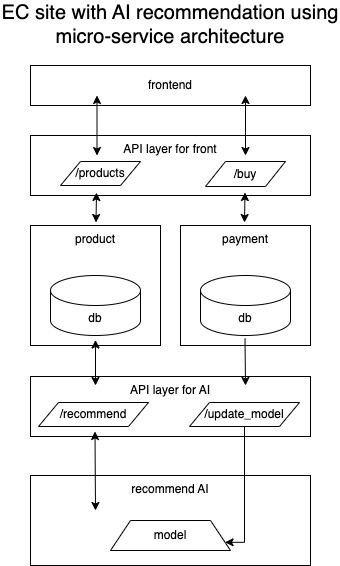
yuanfanwang/MicroserviceEC keeps this draw.io diagram as img/architecture.png. Above is the earlier version. Source tidied: cells renumbered, new cells last; positions are measured from the earlier drawing's top-left corner, leaving out a move shared by most shapes. Source of this version:
```xml
<mxGraphModel>
  <root>
    <mxCell id="0" />
    <mxCell id="1" parent="0" />
    <mxCell id="2" value="frontend" style="rounded=0;whiteSpace=wrap;html=1;" parent="1" vertex="1">
      <mxGeometry x="30" y="56" width="280" height="40" as="geometry" />
    </mxCell>
    <mxCell id="3" value="API layer for front" style="rounded=0;whiteSpace=wrap;html=1;verticalAlign=top;" parent="1" vertex="1">
      <mxGeometry x="30" y="126" width="280" height="60" as="geometry" />
    </mxCell>
    <mxCell id="4" value="product" style="rounded=0;whiteSpace=wrap;html=1;verticalAlign=top;" parent="1" vertex="1">
      <mxGeometry x="30" y="216" width="130" height="120" as="geometry" />
    </mxCell>
    <mxCell id="5" value="payment" style="rounded=0;whiteSpace=wrap;html=1;verticalAlign=top;" parent="1" vertex="1">
      <mxGeometry x="180" y="216" width="130" height="120" as="geometry" />
    </mxCell>
    <mxCell id="6" value="EC site with AI recommendation using micro-service architecture" style="text;html=1;align=center;verticalAlign=middle;whiteSpace=wrap;rounded=0;fontSize=20;" parent="1" vertex="1">
      <mxGeometry width="340" height="30" as="geometry" />
    </mxCell>
    <mxCell id="7" value="db" style="shape=cylinder3;whiteSpace=wrap;html=1;boundedLbl=1;backgroundOutline=1;size=15;" parent="1" vertex="1">
      <mxGeometry x="50" y="266" width="90" height="60" as="geometry" />
    </mxCell>
    <mxCell id="8" value="db" style="shape=cylinder3;whiteSpace=wrap;html=1;boundedLbl=1;backgroundOutline=1;size=15;" parent="1" vertex="1">
      <mxGeometry x="200" y="266" width="90" height="60" as="geometry" />
    </mxCell>
    <mxCell id="9" value="/buy" style="shape=parallelogram;perimeter=parallelogramPerimeter;whiteSpace=wrap;html=1;fixedSize=1;" parent="1" vertex="1">
      <mxGeometry x="205" y="152" width="80" height="25" as="geometry" />
    </mxCell>
    <mxCell id="10" value="/products" style="shape=parallelogram;perimeter=parallelogramPerimeter;whiteSpace=wrap;html=1;fixedSize=1;" parent="1" vertex="1">
      <mxGeometry x="60" y="152" width="80" height="24" as="geometry" />
    </mxCell>
    <mxCell id="11" style="endArrow=classic;startArrow=classic;html=1;rounded=0;" parent="1" edge="1">
      <mxGeometry relative="1" as="geometry">
        <mxPoint x="95.5" y="213" as="sourcePoint" />
        <mxPoint x="96" y="183" as="targetPoint" />
      </mxGeometry>
    </mxCell>
    <mxCell id="12" style="endArrow=classic;startArrow=classic;html=1;rounded=0;" parent="1" edge="1">
      <mxGeometry relative="1" as="geometry">
        <mxPoint x="96.5" y="146" as="sourcePoint" />
        <mxPoint x="96.5" y="86" as="targetPoint" />
      </mxGeometry>
    </mxCell>
    <mxCell id="13" style="endArrow=classic;startArrow=classic;html=1;rounded=0;" parent="1" edge="1">
      <mxGeometry relative="1" as="geometry">
        <mxPoint x="244" y="213" as="sourcePoint" />
        <mxPoint x="244.5" y="183" as="targetPoint" />
      </mxGeometry>
    </mxCell>
    <mxCell id="14" style="endArrow=classic;startArrow=classic;html=1;rounded=0;" parent="1" edge="1">
      <mxGeometry relative="1" as="geometry">
        <mxPoint x="245" y="146" as="sourcePoint" />
        <mxPoint x="245" y="86" as="targetPoint" />
      </mxGeometry>
    </mxCell>
    <mxCell id="15" value="recommend AI" style="rounded=0;whiteSpace=wrap;html=1;verticalAlign=top;" parent="1" vertex="1">
      <mxGeometry x="30" y="466" width="280" height="90" as="geometry" />
    </mxCell>
    <mxCell id="16" value="model" style="shape=trapezoid;perimeter=trapezoidPerimeter;whiteSpace=wrap;html=1;fixedSize=1;" parent="1" vertex="1">
      <mxGeometry x="110" y="511" width="120" height="30" as="geometry" />
    </mxCell>
    <mxCell id="17" value="API layer for AI" style="rounded=0;whiteSpace=wrap;html=1;verticalAlign=top;" parent="1" vertex="1">
      <mxGeometry x="30" y="367" width="280" height="60" as="geometry" />
    </mxCell>
    <mxCell id="18" value="/recommend" style="shape=parallelogram;perimeter=parallelogramPerimeter;whiteSpace=wrap;html=1;fixedSize=1;" parent="1" vertex="1">
      <mxGeometry x="38" y="393" width="110" height="24" as="geometry" />
    </mxCell>
    <mxCell id="19" style="edgeStyle=orthogonalEdgeStyle;rounded=0;jettySize=auto;html=1;exitX=0.5;exitY=1;exitDx=0;exitDy=0;entryX=1;entryY=0.75;entryDx=0;entryDy=0;" parent="1" edge="1" source="20" target="16">
      <mxGeometry relative="1" as="geometry">
        <Array as="points">
          <mxPoint x="244" y="533" />
        </Array>
      </mxGeometry>
    </mxCell>
    <mxCell id="20" value="/update_model" style="shape=parallelogram;perimeter=parallelogramPerimeter;whiteSpace=wrap;html=1;fixedSize=1;" parent="1" vertex="1">
      <mxGeometry x="189" y="393" width="110" height="24" as="geometry" />
    </mxCell>
    <mxCell id="21" style="endArrow=classic;startArrow=classic;html=1;rounded=0;" parent="1" edge="1">
      <mxGeometry relative="1" as="geometry">
        <mxPoint x="95" y="501" as="sourcePoint" />
        <mxPoint x="94.5" y="422" as="targetPoint" />
      </mxGeometry>
    </mxCell>
    <mxCell id="22" style="endArrow=classic;startArrow=classic;html=1;rounded=0;" parent="1" edge="1">
      <mxGeometry relative="1" as="geometry">
        <mxPoint x="95" y="376" as="sourcePoint" />
        <mxPoint x="95" y="330.5" as="targetPoint" />
      </mxGeometry>
    </mxCell>
    <mxCell id="23" style="endArrow=classic;html=1;rounded=0;" parent="1" edge="1">
      <mxGeometry relative="1" as="geometry">
        <mxPoint x="244.5" y="329" as="sourcePoint" />
        <mxPoint x="245" y="376" as="targetPoint" />
      </mxGeometry>
    </mxCell>
  </root>
</mxGraphModel>
```
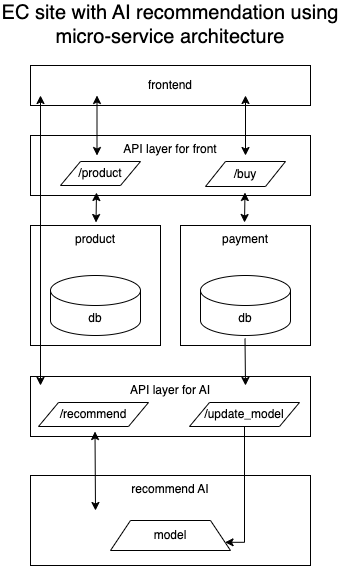
After the commit.

Diff of the diagram source:
```diff
@@ -26,7 +26,7 @@
     <mxCell id="9" value="/buy" style="shape=parallelogram;perimeter=parallelogramPerimeter;whiteSpace=wrap;html=1;fixedSize=1;" parent="1" vertex="1">
       <mxGeometry x="205" y="152" width="80" height="25" as="geometry" />
     </mxCell>
-    <mxCell id="10" value="/products" style="shape=parallelogram;perimeter=parallelogramPerimeter;whiteSpace=wrap;html=1;fixedSize=1;" parent="1" vertex="1">
+    <mxCell id="10" value="/product" style="shape=parallelogram;perimeter=parallelogramPerimeter;whiteSpace=wrap;html=1;fixedSize=1;" parent="1" vertex="1">
       <mxGeometry x="60" y="152" width="80" height="24" as="geometry" />
     </mxCell>
     <mxCell id="11" style="endArrow=classic;startArrow=classic;html=1;rounded=0;" parent="1" edge="1">
@@ -81,17 +81,17 @@
         <mxPoint x="94.5" y="422" as="targetPoint" />
       </mxGeometry>
     </mxCell>
-    <mxCell id="22" style="endArrow=classic;startArrow=classic;html=1;rounded=0;" parent="1" edge="1">
-      <mxGeometry relative="1" as="geometry">
-        <mxPoint x="95" y="376" as="sourcePoint" />
-        <mxPoint x="95" y="330.5" as="targetPoint" />
-      </mxGeometry>
-    </mxCell>
     <mxCell id="23" style="endArrow=classic;html=1;rounded=0;" parent="1" edge="1">
       <mxGeometry relative="1" as="geometry">
         <mxPoint x="244.5" y="329" as="sourcePoint" />
         <mxPoint x="245" y="376" as="targetPoint" />
       </mxGeometry>
     </mxCell>
+    <mxCell id="24" style="endArrow=classic;startArrow=classic;html=1;rounded=0;" parent="1" edge="1">
+      <mxGeometry relative="1" as="geometry">
+        <mxPoint x="40" y="376" as="sourcePoint" />
+        <mxPoint x="40" y="86" as="targetPoint" />
+      </mxGeometry>
+    </mxCell>
   </root>
 </mxGraphModel>
```
